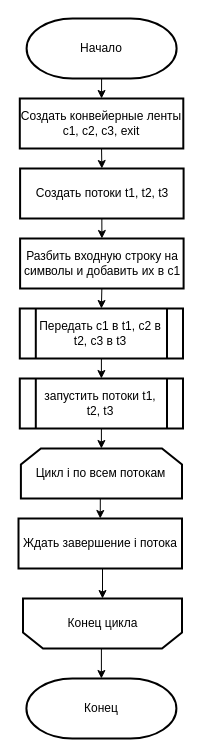
This is page "Страница 1" (1 of 4) of Лаб5/Отчет/src/Parallel.drawio from seregadanser/BMSTU_AA_Labs, a draw.io file, before an edit. Source tidied: cells renumbered, new cells numbered last; positions are measured from the earlier drawing's top-left corner, leaving out a move shared by most shapes. Both pictures are drawn from the tidied source at 100%, with x=0, y=0 at pixel (18, 18).
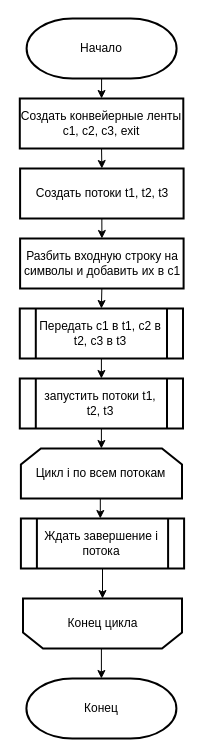
The same diagram, later.

The change refers to these unchanged cells:
```xml
<mxCell id="15" value="Цикл i по всем потокам" style="shape=loopLimit;whiteSpace=wrap;html=1;strokeWidth=2;direction=east;" parent="1" vertex="1">
  <mxGeometry x="2.4" y="430" width="161.1" height="50" as="geometry" />
</mxCell>
<mxCell id="17" value="Конец цикла" style="shape=loopLimit;whiteSpace=wrap;html=1;strokeWidth=2;direction=west;" parent="1" vertex="1">
  <mxGeometry x="4.5" y="580" width="159" height="50" as="geometry" />
</mxCell>
```

Diff of the diagram source:
```diff
@@
-    <mxCell id="14" style="edgeStyle=orthogonalEdgeStyle;rounded=0;jettySize=auto;html=1;exitX=0.5;exitY=1;exitDx=0;exitDy=0;entryX=0.5;entryY=0;entryDx=0;entryDy=0;" parent="1" edge="1" source="15" target="19">
-      <mxGeometry relative="1" as="geometry" />
+    <mxCell id="14" style="edgeStyle=orthogonalEdgeStyle;rounded=0;jettySize=auto;html=1;exitX=0.5;exitY=1;exitDx=0;exitDy=0;entryX=0.5;entryY=0;entryDx=0;entryDy=0;" parent="1" edge="1" source="15">
+      <mxGeometry relative="1" as="geometry">
+        <mxPoint x="81.8" y="500" as="targetPoint" />
+      </mxGeometry>
     </mxCell>
@@
-    <mxCell id="18" style="edgeStyle=orthogonalEdgeStyle;rounded=0;jettySize=auto;html=1;exitX=0.5;exitY=1;exitDx=0;exitDy=0;entryX=0.5;entryY=1;entryDx=0;entryDy=0;" parent="1" edge="1" source="19" target="17">
-      <mxGeometry relative="1" as="geometry" />
+    <mxCell id="18" style="edgeStyle=orthogonalEdgeStyle;rounded=0;jettySize=auto;html=1;exitX=0.5;exitY=1;exitDx=0;exitDy=0;entryX=0.5;entryY=1;entryDx=0;entryDy=0;" parent="1" edge="1" target="17">
+      <mxGeometry relative="1" as="geometry">
+        <mxPoint x="81.8" y="550" as="sourcePoint" />
+      </mxGeometry>
     </mxCell>
+    <mxCell id="20" value="Конец" style="strokeWidth=2;html=1;shape=mxgraph.flowchart.terminator;whiteSpace=wrap;" parent="1" vertex="1">
+      <mxGeometry x="7.9" y="660" width="150" height="60" as="geometry" />
+    </mxCell>
-    <mxCell id="19" value="Ждать завершение i потока" style="rounded=0;whiteSpace=wrap;html=1;absoluteArcSize=1;arcSize=14;strokeWidth=2;" parent="1" vertex="1">
-      <mxGeometry y="500" width="163.5" height="50" as="geometry" />
+    <mxCell id="19" value="Ждать завершение i потока" style="shape=process;whiteSpace=wrap;html=1;backgroundOutline=1;strokeWidth=2;" parent="1" vertex="1">
+      <mxGeometry x="2.4" y="500" width="163.2" height="50" as="geometry" />
     </mxCell>
-    <mxCell id="20" value="Конец" style="strokeWidth=2;html=1;shape=mxgraph.flowchart.terminator;whiteSpace=wrap;" parent="1" vertex="1">
-      <mxGeometry x="7.9" y="660" width="150" height="60" as="geometry" />
-    </mxCell>
```
